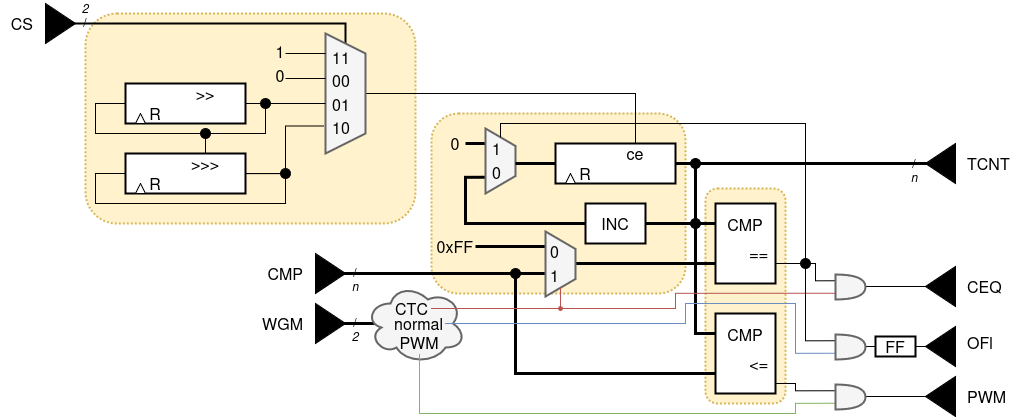
Earlier version of the draw.io export static/img/20/tcnt.png (KULeuven-Diepenbeek/course_hwswcodesign). Source tidied: cells renumbered, new cells last; positions are measured from the earlier drawing's top-left corner, leaving out a move shared by most shapes.
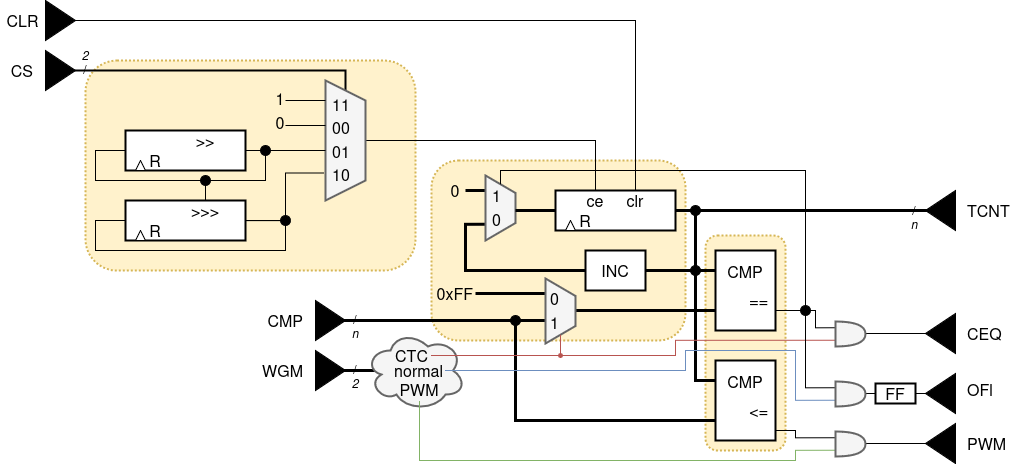
The same diagram one commit later.

The edit, as a diff of the source:
```diff
@@ -36,7 +36,7 @@
       <mxGeometry x="555" y="143" width="120" height="40" as="geometry" />
     </mxCell>
     <mxCell id="10" value="&lt;div&gt;&lt;font style=&quot;font-size: 16px;&quot;&gt;ce&lt;/font&gt;&lt;/div&gt;&lt;div&gt;&lt;font style=&quot;font-size: 16px;&quot;&gt;&lt;br&gt;&lt;/font&gt;&lt;/div&gt;" style="text;html=1;align=center;verticalAlign=middle;whiteSpace=wrap;rounded=0;" parent="1" vertex="1">
-      <mxGeometry x="605" y="143" width="60" height="40" as="geometry" />
+      <mxGeometry x="585" y="143" width="20" height="40" as="geometry" />
     </mxCell>
     <mxCell id="11" value="&lt;div&gt;&lt;font style=&quot;font-size: 16px;&quot;&gt;&lt;br&gt;&lt;/font&gt;&lt;/div&gt;&lt;div&gt;&lt;font style=&quot;font-size: 16px;&quot;&gt;R&lt;/font&gt;&lt;/div&gt;" style="text;html=1;align=center;verticalAlign=middle;whiteSpace=wrap;rounded=0;" parent="1" vertex="1">
       <mxGeometry x="555" y="143" width="60" height="40" as="geometry" />
@@ -407,5 +407,17 @@
     <mxCell id="96" value="&lt;div&gt;/&lt;/div&gt;&lt;i&gt;n&lt;/i&gt;" style="text;html=1;align=center;verticalAlign=middle;whiteSpace=wrap;rounded=0;" parent="1" vertex="1">
       <mxGeometry x="904" y="155" width="20" height="30" as="geometry" />
     </mxCell>
+    <mxCell id="97" style="edgeStyle=orthogonalEdgeStyle;rounded=0;jettySize=auto;html=1;exitX=1;exitY=0.5;exitDx=0;exitDy=0;entryX=0.5;entryY=0;entryDx=0;entryDy=0;endArrow=none;endFill=0;" parent="1" edge="1" source="99" target="98">
+      <mxGeometry relative="1" as="geometry" />
+    </mxCell>
+    <mxCell id="98" value="&lt;div&gt;&lt;font style=&quot;font-size: 16px;&quot;&gt;clr&lt;/font&gt;&lt;/div&gt;&lt;div&gt;&lt;font style=&quot;font-size: 16px;&quot;&gt;&lt;br&gt;&lt;/font&gt;&lt;/div&gt;" style="text;html=1;align=center;verticalAlign=middle;whiteSpace=wrap;rounded=0;" parent="1" vertex="1">
+      <mxGeometry x="625" y="143" width="20" height="40" as="geometry" />
+    </mxCell>
+    <mxCell id="99" value="&lt;div align=&quot;center&quot;&gt;&lt;font style=&quot;font-size: 16px;&quot;&gt;CLR&lt;/font&gt;&lt;/div&gt;" style="text;html=1;align=center;verticalAlign=middle;whiteSpace=wrap;rounded=0;" parent="1" vertex="1">
+      <mxGeometry y="-42" width="45" height="30" as="geometry" />
+    </mxCell>
+    <mxCell id="100" style="triangle;whiteSpace=wrap;html=1;flipH=0;fillColor=#000000;" parent="1" vertex="1">
+      <mxGeometry x="45" y="-47" width="30" height="40" as="geometry" />
+    </mxCell>
   </root>
 </mxGraphModel>
```
